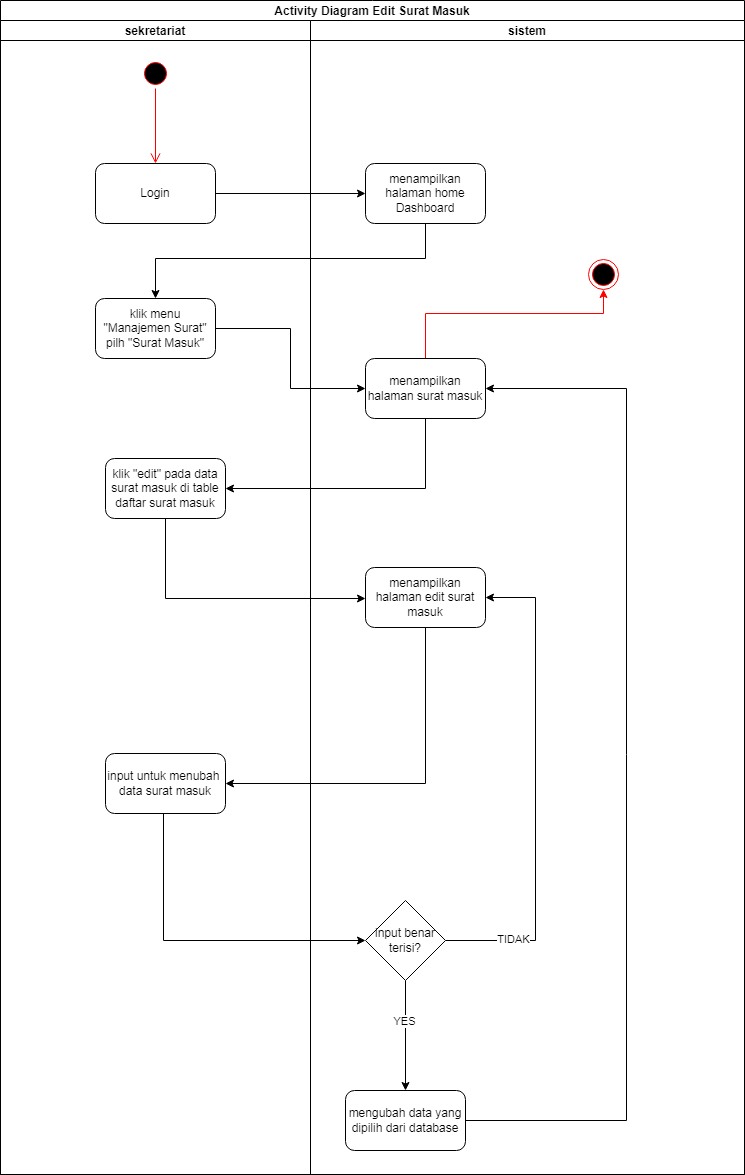
Earlier version of the draw.io export SKRIPSI/UML/2. ACTIVITY/SURAT MASUK/EDIT.png (Rusadi-0/KULIAH). Source tidied: cells renumbered, new cells last; positions are measured from the earlier drawing's top-left corner, leaving out a move shared by most shapes. Source of this version:
```xml
<mxGraphModel>
  <root>
    <mxCell id="0" />
    <mxCell id="1" parent="0" />
    <mxCell id="2" value="Activity Diagram Edit Surat Masuk" style="swimlane;startSize=20;" parent="1" vertex="1">
      <mxGeometry width="744" height="1174" as="geometry" />
    </mxCell>
    <mxCell id="3" style="edgeStyle=orthogonalEdgeStyle;rounded=0;jettySize=auto;html=1;entryX=0;entryY=0.5;entryDx=0;entryDy=0;" parent="2" edge="1" source="13" target="18">
      <mxGeometry relative="1" as="geometry" />
    </mxCell>
    <mxCell id="4" style="edgeStyle=orthogonalEdgeStyle;rounded=0;jettySize=auto;html=1;entryX=0.5;entryY=0;entryDx=0;entryDy=0;" parent="2" edge="1" source="18" target="14">
      <mxGeometry relative="1" as="geometry">
        <Array as="points">
          <mxPoint x="425" y="258" />
          <mxPoint x="155" y="258" />
        </Array>
      </mxGeometry>
    </mxCell>
    <mxCell id="5" style="edgeStyle=orthogonalEdgeStyle;rounded=0;jettySize=auto;html=1;entryX=0;entryY=0.5;entryDx=0;entryDy=0;" parent="2" edge="1" source="14" target="20">
      <mxGeometry relative="1" as="geometry" />
    </mxCell>
    <mxCell id="6" style="edgeStyle=orthogonalEdgeStyle;rounded=0;jettySize=auto;html=1;entryX=1;entryY=0.5;entryDx=0;entryDy=0;" parent="2" edge="1" source="20" target="15">
      <mxGeometry relative="1" as="geometry">
        <Array as="points">
          <mxPoint x="425" y="488" />
        </Array>
      </mxGeometry>
    </mxCell>
    <mxCell id="7" style="edgeStyle=orthogonalEdgeStyle;rounded=0;jettySize=auto;html=1;" parent="2" edge="1" source="15" target="22">
      <mxGeometry relative="1" as="geometry">
        <Array as="points">
          <mxPoint x="165" y="598" />
        </Array>
      </mxGeometry>
    </mxCell>
    <mxCell id="8" style="edgeStyle=orthogonalEdgeStyle;rounded=0;jettySize=auto;html=1;entryX=1;entryY=0.5;entryDx=0;entryDy=0;exitX=0.5;exitY=1;exitDx=0;exitDy=0;" parent="2" edge="1" source="22" target="16">
      <mxGeometry relative="1" as="geometry" />
    </mxCell>
    <mxCell id="9" style="edgeStyle=orthogonalEdgeStyle;rounded=0;jettySize=auto;html=1;strokeColor=#000000;" parent="2" edge="1" source="16" target="27">
      <mxGeometry relative="1" as="geometry">
        <Array as="points">
          <mxPoint x="163" y="940" />
        </Array>
      </mxGeometry>
    </mxCell>
    <mxCell id="10" value="sekretariat" style="swimlane;startSize=20;" parent="2" vertex="1">
      <mxGeometry y="20" width="310" height="1154" as="geometry" />
    </mxCell>
    <mxCell id="11" style="ellipse;html=1;shape=startState;fillColor=#000000;strokeColor=#ff0000;" parent="10" vertex="1">
      <mxGeometry x="140" y="38" width="30" height="30" as="geometry" />
    </mxCell>
    <mxCell id="12" style="edgeStyle=orthogonalEdgeStyle;html=1;verticalAlign=bottom;endArrow=open;endSize=8;strokeColor=#ff0000;rounded=0;entryX=0.5;entryY=0;entryDx=0;entryDy=0;" parent="10" edge="1" source="11" target="13">
      <mxGeometry relative="1" as="geometry" />
    </mxCell>
    <mxCell id="13" value="Login" style="rounded=1;whiteSpace=wrap;html=1;" parent="10" vertex="1">
      <mxGeometry x="95" y="143" width="120" height="60" as="geometry" />
    </mxCell>
    <mxCell id="14" value="klik menu &quot;Manajemen Surat&quot; pilh &quot;Surat Masuk&quot;" style="rounded=1;whiteSpace=wrap;html=1;" parent="10" vertex="1">
      <mxGeometry x="95" y="278" width="120" height="60" as="geometry" />
    </mxCell>
    <mxCell id="15" value="klik &quot;edit&quot; pada data surat masuk di table daftar surat masuk" style="rounded=1;whiteSpace=wrap;html=1;" parent="10" vertex="1">
      <mxGeometry x="105" y="438" width="120" height="60" as="geometry" />
    </mxCell>
    <mxCell id="16" value="input untuk menubah&amp;nbsp; data surat masuk " style="rounded=1;whiteSpace=wrap;html=1;" parent="10" vertex="1">
      <mxGeometry x="105" y="733" width="120" height="60" as="geometry" />
    </mxCell>
    <mxCell id="17" value="sistem" style="swimlane;startSize=20;" parent="2" vertex="1">
      <mxGeometry x="310" y="20" width="434" height="1154" as="geometry" />
    </mxCell>
    <mxCell id="18" value="menampilkan halaman home Dashboard" style="rounded=1;whiteSpace=wrap;html=1;" parent="17" vertex="1">
      <mxGeometry x="55" y="143" width="120" height="60" as="geometry" />
    </mxCell>
    <mxCell id="19" style="edgeStyle=orthogonalEdgeStyle;rounded=0;jettySize=auto;html=1;strokeColor=#FF0000;" parent="17" edge="1" source="20" target="21">
      <mxGeometry relative="1" as="geometry">
        <Array as="points">
          <mxPoint x="115" y="293" />
          <mxPoint x="293" y="293" />
        </Array>
      </mxGeometry>
    </mxCell>
    <mxCell id="20" value="menampilkan halaman surat masuk" style="rounded=1;whiteSpace=wrap;html=1;" parent="17" vertex="1">
      <mxGeometry x="55" y="338" width="120" height="60" as="geometry" />
    </mxCell>
    <mxCell id="21" style="ellipse;html=1;shape=endState;fillColor=#000000;strokeColor=#ff0000;" parent="17" vertex="1">
      <mxGeometry x="278" y="239" width="30" height="30" as="geometry" />
    </mxCell>
    <mxCell id="22" value="menampilkan halaman edit surat masuk" style="rounded=1;whiteSpace=wrap;html=1;" parent="17" vertex="1">
      <mxGeometry x="55" y="547" width="120" height="60" as="geometry" />
    </mxCell>
    <mxCell id="23" style="edgeStyle=orthogonalEdgeStyle;rounded=0;jettySize=auto;html=1;entryX=1;entryY=0.5;entryDx=0;entryDy=0;strokeColor=#000000;" parent="17" edge="1" source="27" target="22">
      <mxGeometry relative="1" as="geometry">
        <Array as="points">
          <mxPoint x="225" y="920" />
          <mxPoint x="225" y="577" />
        </Array>
      </mxGeometry>
    </mxCell>
    <mxCell id="24" value="TIDAK" style="edgeLabel;html=1;align=center;verticalAlign=middle;" parent="23" vertex="1">
      <mxGeometry x="-0.72" y="2" relative="1" as="geometry" />
    </mxCell>
    <mxCell id="25" style="edgeStyle=orthogonalEdgeStyle;rounded=0;jettySize=auto;html=1;strokeColor=#000000;" parent="17" edge="1" source="27" target="29">
      <mxGeometry relative="1" as="geometry" />
    </mxCell>
    <mxCell id="26" value="YES" style="edgeLabel;html=1;align=center;verticalAlign=middle;" parent="25" vertex="1">
      <mxGeometry x="-0.27" y="-2" relative="1" as="geometry" />
    </mxCell>
    <mxCell id="27" value="input benar terisi?" style="rhombus;whiteSpace=wrap;html=1;" parent="17" vertex="1">
      <mxGeometry x="55" y="880" width="80" height="80" as="geometry" />
    </mxCell>
    <mxCell id="28" style="edgeStyle=orthogonalEdgeStyle;rounded=0;jettySize=auto;html=1;strokeColor=#000000;entryX=1;entryY=0.5;entryDx=0;entryDy=0;" parent="17" edge="1" source="29" target="20">
      <mxGeometry relative="1" as="geometry">
        <Array as="points">
          <mxPoint x="316" y="1100" />
          <mxPoint x="316" y="368" />
        </Array>
      </mxGeometry>
    </mxCell>
    <mxCell id="29" value="mengubah data yang dipilih dari database" style="rounded=1;whiteSpace=wrap;html=1;" parent="17" vertex="1">
      <mxGeometry x="35" y="1070" width="120" height="60" as="geometry" />
    </mxCell>
  </root>
</mxGraphModel>
```
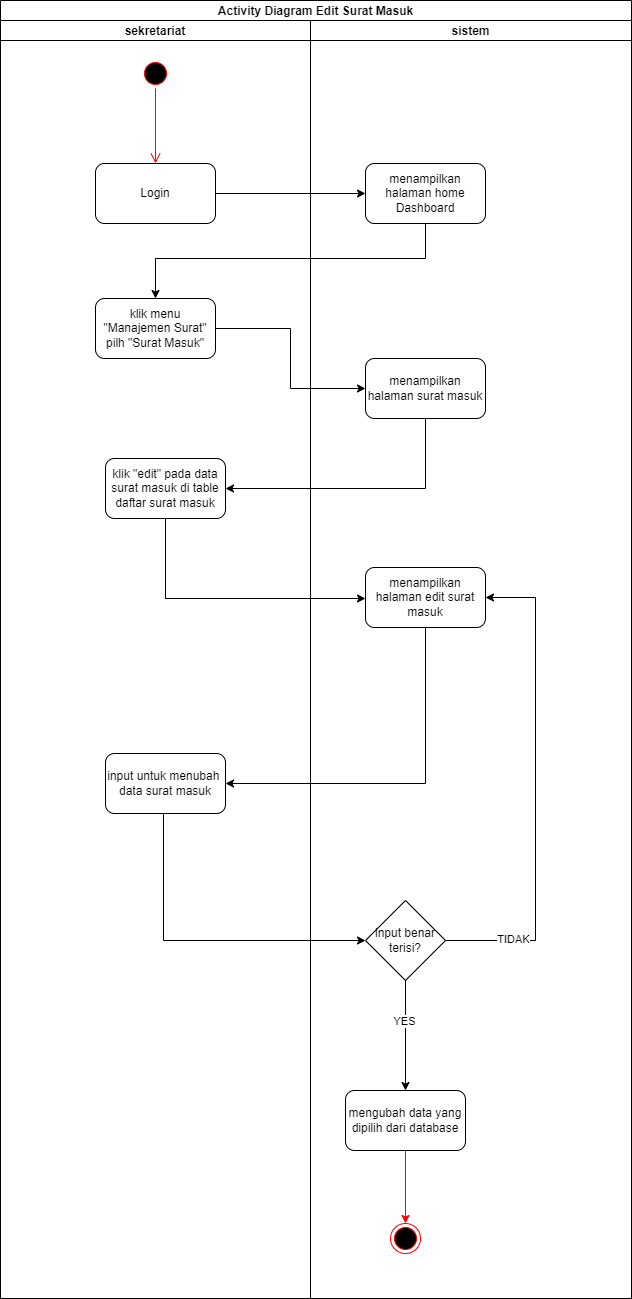
Later version of the same file.

The edit, as a diff of the source:
```diff
@@ -3,7 +3,7 @@
     <mxCell id="0" />
     <mxCell id="1" parent="0" />
     <mxCell id="2" value="Activity Diagram Edit Surat Masuk" style="swimlane;startSize=20;" parent="1" vertex="1">
-      <mxGeometry width="744" height="1174" as="geometry" />
+      <mxGeometry width="631" height="1298" as="geometry" />
     </mxCell>
     <mxCell id="3" style="edgeStyle=orthogonalEdgeStyle;rounded=0;jettySize=auto;html=1;entryX=0;entryY=0.5;entryDx=0;entryDy=0;" parent="2" edge="1" source="13" target="18">
       <mxGeometry relative="1" as="geometry" />
@@ -44,7 +44,7 @@
       </mxGeometry>
     </mxCell>
     <mxCell id="10" value="sekretariat" style="swimlane;startSize=20;" parent="2" vertex="1">
-      <mxGeometry y="20" width="310" height="1154" as="geometry" />
+      <mxGeometry y="20" width="310" height="1278" as="geometry" />
     </mxCell>
     <mxCell id="11" style="ellipse;html=1;shape=startState;fillColor=#000000;strokeColor=#ff0000;" parent="10" vertex="1">
       <mxGeometry x="140" y="38" width="30" height="30" as="geometry" />
@@ -65,25 +65,14 @@
       <mxGeometry x="105" y="733" width="120" height="60" as="geometry" />
     </mxCell>
     <mxCell id="17" value="sistem" style="swimlane;startSize=20;" parent="2" vertex="1">
-      <mxGeometry x="310" y="20" width="434" height="1154" as="geometry" />
+      <mxGeometry x="310" y="20" width="321" height="1278" as="geometry" />
     </mxCell>
     <mxCell id="18" value="menampilkan halaman home Dashboard" style="rounded=1;whiteSpace=wrap;html=1;" parent="17" vertex="1">
       <mxGeometry x="55" y="143" width="120" height="60" as="geometry" />
     </mxCell>
-    <mxCell id="19" style="edgeStyle=orthogonalEdgeStyle;rounded=0;jettySize=auto;html=1;strokeColor=#FF0000;" parent="17" edge="1" source="20" target="21">
-      <mxGeometry relative="1" as="geometry">
-        <Array as="points">
-          <mxPoint x="115" y="293" />
-          <mxPoint x="293" y="293" />
-        </Array>
-      </mxGeometry>
-    </mxCell>
     <mxCell id="20" value="menampilkan halaman surat masuk" style="rounded=1;whiteSpace=wrap;html=1;" parent="17" vertex="1">
       <mxGeometry x="55" y="338" width="120" height="60" as="geometry" />
     </mxCell>
-    <mxCell id="21" style="ellipse;html=1;shape=endState;fillColor=#000000;strokeColor=#ff0000;" parent="17" vertex="1">
-      <mxGeometry x="278" y="239" width="30" height="30" as="geometry" />
-    </mxCell>
     <mxCell id="22" value="menampilkan halaman edit surat masuk" style="rounded=1;whiteSpace=wrap;html=1;" parent="17" vertex="1">
       <mxGeometry x="55" y="547" width="120" height="60" as="geometry" />
     </mxCell>
@@ -107,16 +96,14 @@
     <mxCell id="27" value="input benar terisi?" style="rhombus;whiteSpace=wrap;html=1;" parent="17" vertex="1">
       <mxGeometry x="55" y="880" width="80" height="80" as="geometry" />
     </mxCell>
-    <mxCell id="28" style="edgeStyle=orthogonalEdgeStyle;rounded=0;jettySize=auto;html=1;strokeColor=#000000;entryX=1;entryY=0.5;entryDx=0;entryDy=0;" parent="17" edge="1" source="29" target="20">
-      <mxGeometry relative="1" as="geometry">
-        <Array as="points">
-          <mxPoint x="316" y="1100" />
-          <mxPoint x="316" y="368" />
-        </Array>
-      </mxGeometry>
-    </mxCell>
+    <mxCell id="30" style="edgeStyle=orthogonalEdgeStyle;rounded=0;jettySize=auto;html=1;strokeColor=#FF0000;" parent="17" edge="1" source="29" target="31">
+      <mxGeometry relative="1" as="geometry" />
+    </mxCell>
     <mxCell id="29" value="mengubah data yang dipilih dari database" style="rounded=1;whiteSpace=wrap;html=1;" parent="17" vertex="1">
       <mxGeometry x="35" y="1070" width="120" height="60" as="geometry" />
     </mxCell>
+    <mxCell id="31" style="ellipse;html=1;shape=endState;fillColor=#000000;strokeColor=#ff0000;" parent="17" vertex="1">
+      <mxGeometry x="80" y="1203" width="30" height="30" as="geometry" />
+    </mxCell>
   </root>
 </mxGraphModel>
```
